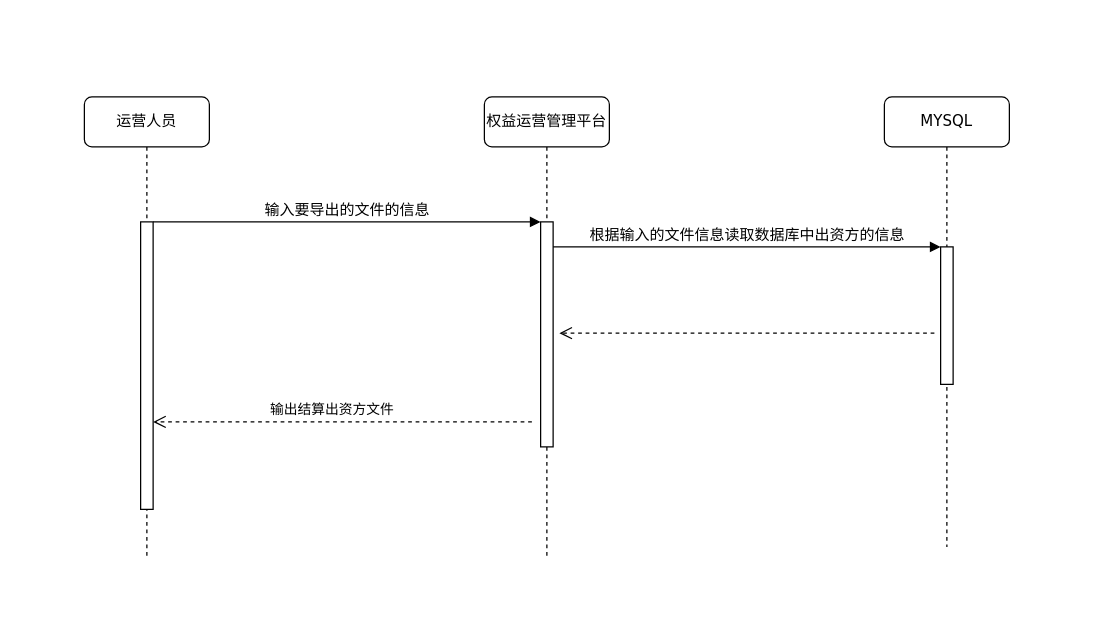
Above: page "结算出资方导出功能" (3 of 9) of COSMIC.drawio in moshan123/draw (draw.io), before the change. Source tidied: cells renumbered, new cells numbered last; positions are measured from the earlier drawing's top-left corner, leaving out a move shared by most shapes. Both pictures are drawn from the tidied source at 125%, with x=0, y=0 at pixel (84, 96).
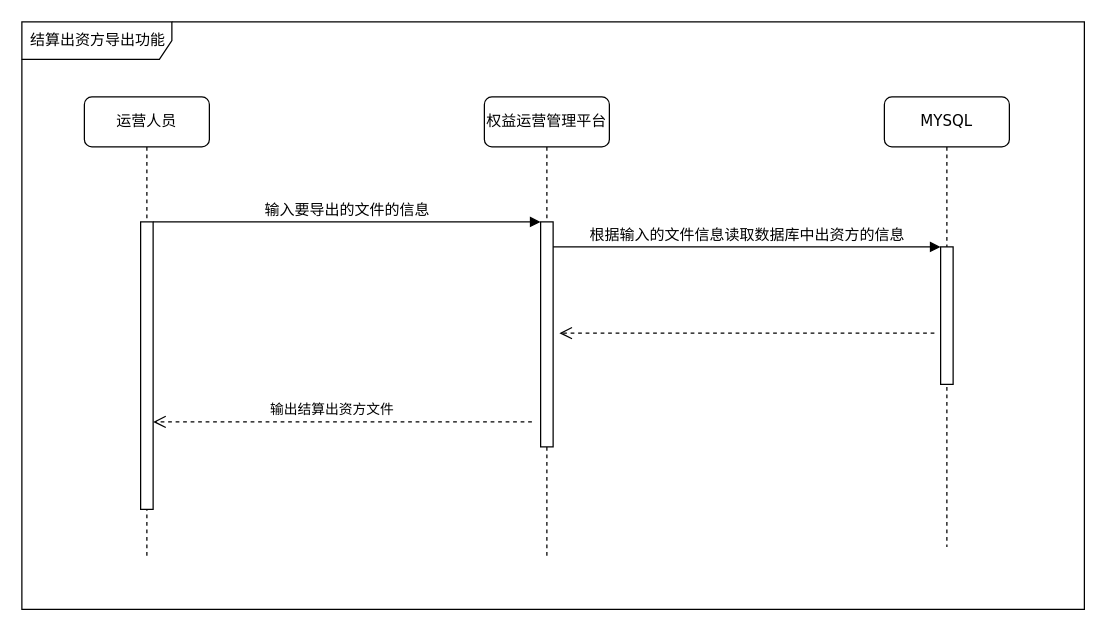
The same diagram, later.

The edit, as a diff of the source:
```diff
@@
 <mxGraphModel>
   <root>
     <mxCell id="0" />
     <mxCell id="1" parent="0" />
     <mxCell id="2" value="权益运营管理平台" style="shape=umlLifeline;perimeter=lifelinePerimeter;whiteSpace=wrap;html=1;rounded=1;shadow=0;comic=0;labelBackgroundColor=none;strokeWidth=1;fontFamily=Verdana;fontSize=12;align=center;" parent="1" vertex="1">
       <mxGeometry x="320" width="100" height="370" as="geometry" />
     </mxCell>
     <mxCell id="3" style="html=1;points=[];perimeter=orthogonalPerimeter;rounded=0;shadow=0;comic=0;labelBackgroundColor=none;strokeWidth=1;fontFamily=Verdana;fontSize=12;align=center;" parent="2" vertex="1">
       <mxGeometry x="45" y="100" width="10" height="180" as="geometry" />
     </mxCell>
     <mxCell id="4" value="MYSQL" style="shape=umlLifeline;perimeter=lifelinePerimeter;whiteSpace=wrap;html=1;rounded=1;shadow=0;comic=0;labelBackgroundColor=none;strokeWidth=1;fontFamily=Verdana;fontSize=12;align=center;" parent="1" vertex="1">
       <mxGeometry x="640" width="100" height="360" as="geometry" />
     </mxCell>
     <mxCell id="5" style="html=1;points=[];perimeter=orthogonalPerimeter;rounded=0;shadow=0;comic=0;labelBackgroundColor=none;strokeWidth=1;fontFamily=Verdana;fontSize=12;align=center;" parent="4" vertex="1">
       <mxGeometry x="45" y="120" width="10" height="110" as="geometry" />
     </mxCell>
     <mxCell id="6" value="运营人员" style="shape=umlLifeline;perimeter=lifelinePerimeter;whiteSpace=wrap;html=1;rounded=1;shadow=0;comic=0;labelBackgroundColor=none;strokeWidth=1;fontFamily=Verdana;fontSize=12;align=center;" parent="1" vertex="1">
       <mxGeometry width="100" height="370" as="geometry" />
     </mxCell>
     <mxCell id="7" style="html=1;points=[];perimeter=orthogonalPerimeter;rounded=0;shadow=0;comic=0;labelBackgroundColor=none;strokeWidth=1;fontFamily=Verdana;fontSize=12;align=center;" parent="6" vertex="1">
       <mxGeometry x="45" y="100" width="10" height="230" as="geometry" />
     </mxCell>
     <mxCell id="8" value="输入要导出的文件的信息" style="html=1;verticalAlign=bottom;endArrow=block;entryX=0;entryY=0;labelBackgroundColor=none;fontFamily=Verdana;fontSize=12;edgeStyle=elbowEdgeStyle;elbow=vertical;" parent="1" edge="1" source="7" target="3">
       <mxGeometry relative="1" as="geometry" />
     </mxCell>
     <mxCell id="9" value="根据输入的文件信息读取数据库中出资方的信息" style="html=1;verticalAlign=bottom;endArrow=block;entryX=0;entryY=0;labelBackgroundColor=none;fontFamily=Verdana;fontSize=12;edgeStyle=elbowEdgeStyle;elbow=vertical;" parent="1" edge="1" source="3" target="5">
       <mxGeometry relative="1" as="geometry" />
     </mxCell>
     <mxCell id="10" style="html=1;verticalAlign=bottom;endArrow=open;dashed=1;endSize=8;" parent="1" edge="1">
       <mxGeometry relative="1" as="geometry">
         <mxPoint x="680" y="189" as="sourcePoint" />
         <mxPoint x="380" y="189" as="targetPoint" />
       </mxGeometry>
     </mxCell>
     <mxCell id="11" style="html=1;verticalAlign=bottom;endArrow=open;dashed=1;endSize=8;entryX=1.2;entryY=0.387;entryDx=0;entryDy=0;entryPerimeter=0;" parent="1" edge="1">
       <mxGeometry relative="1" as="geometry">
         <mxPoint x="358" y="260" as="sourcePoint" />
         <mxPoint x="55" y="260" as="targetPoint" />
       </mxGeometry>
     </mxCell>
     <mxCell id="12" value="输出结算出资方文件" style="edgeLabel;html=1;align=center;verticalAlign=middle;" parent="11" vertex="1">
       <mxGeometry x="0.1" y="-1" relative="1" as="geometry">
         <mxPoint x="6" y="-10" as="offset" />
       </mxGeometry>
     </mxCell>
+    <mxCell id="13" value="结算出资方导出功能" style="shape=umlFrame;whiteSpace=wrap;html=1;width=120;height=30;boundedLbl=1;verticalAlign=middle;align=left;spacingLeft=5;" parent="1" vertex="1">
+      <mxGeometry x="-50" y="-60" width="850" height="470" as="geometry" />
+    </mxCell>
   </root>
 </mxGraphModel>
```
